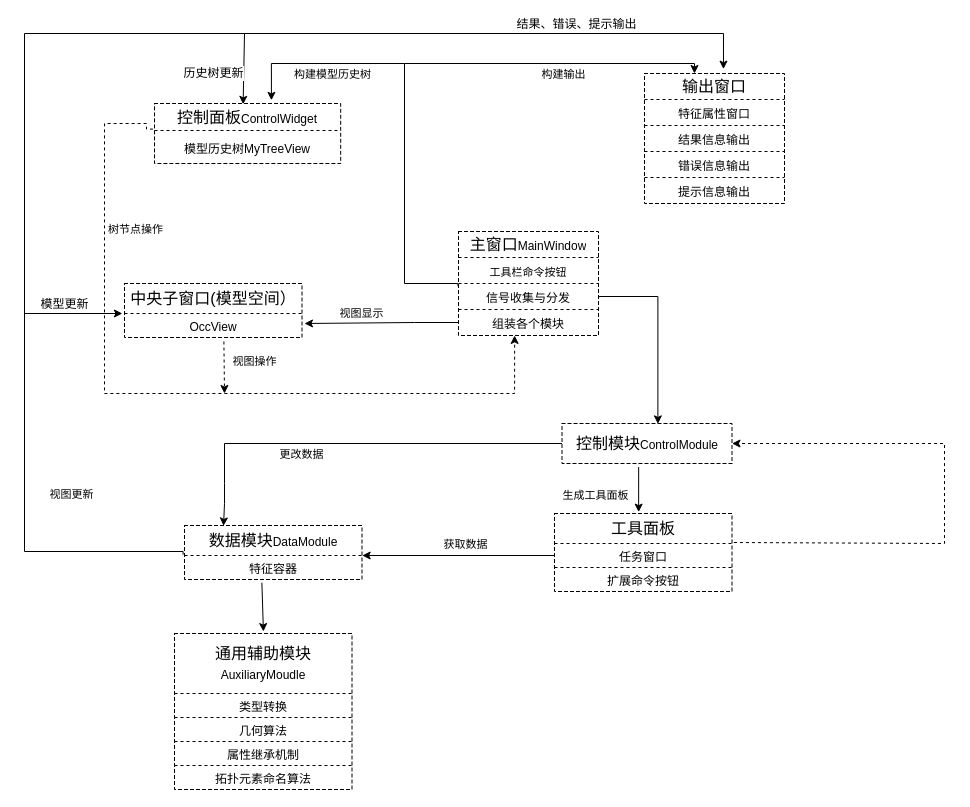
liuhuliuhu123/First-test keeps this draw.io diagram as mvc详解架构.drawio. Above is the earlier version. Source tidied: cells renumbered, new cells numbered last; positions are measured from the earlier drawing's top-left corner, leaving out a move shared by most shapes. Both pictures are drawn from the tidied source at 100%, with x=0, y=0 at pixel (24, 33).
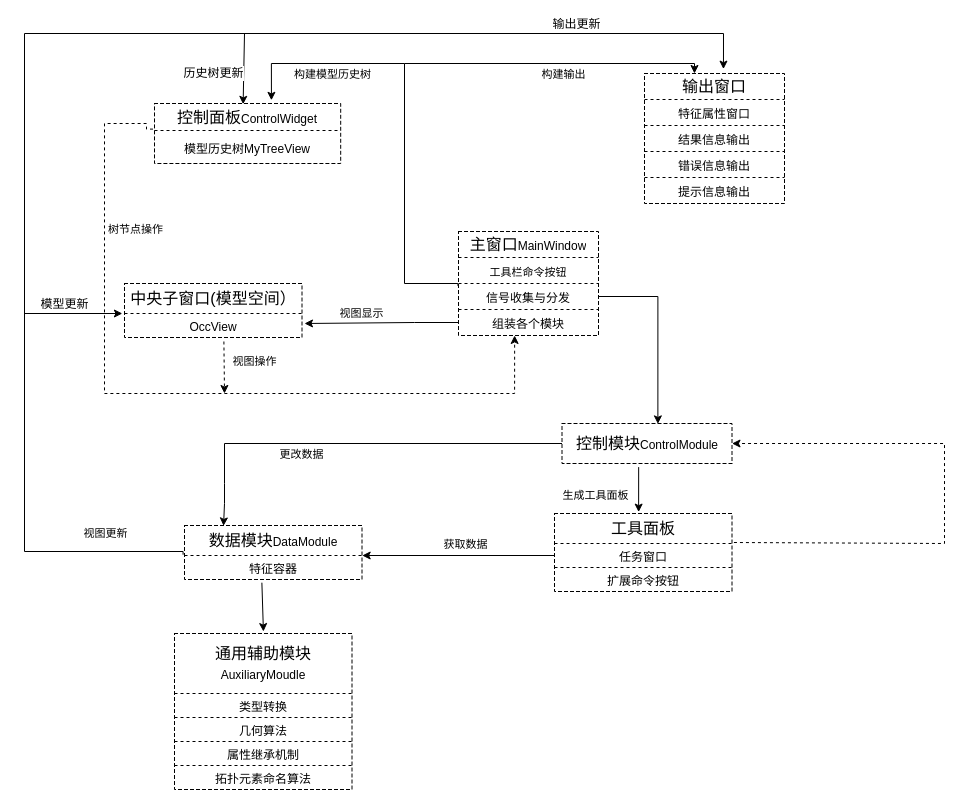
Above is the later version.

Commit message:
更新mvc详解架构.drawio

Unchanged cells that the change refers to:
```xml
<mxCell id="21" style="endArrow=classic;html=1;rounded=0;edgeStyle=orthogonalEdgeStyle;entryX=0.564;entryY=-0.169;entryDx=0;entryDy=0;entryPerimeter=0;exitX=-0.008;exitY=0.973;exitDx=0;exitDy=0;exitPerimeter=0;" parent="1" edge="1" source="77" target="29">
  <mxGeometry relative="1" as="geometry">
    <Array as="points">
      <mxPoint x="159" y="518" />
      <mxPoint y="518" />
      <mxPoint />
      <mxPoint x="699" />
    </Array>
  </mxGeometry>
</mxCell>
```

The edit, as a diff of the source:
```diff
@@
     <mxCell id="22" value="视图更新" style="edgeLabel;html=1;align=center;verticalAlign=middle;" parent="21" vertex="1">
       <mxGeometry x="-0.7" y="-4" relative="1" as="geometry">
-        <mxPoint x="42" y="-7" as="offset" />
+        <mxPoint x="76" y="32" as="offset" />
       </mxGeometry>
     </mxCell>
-    <mxCell id="23" value="结果、错误、提示输出" style="edgeLabel;html=1;align=center;verticalAlign=middle;fontSize=12;" parent="21" vertex="1">
+    <mxCell id="23" value="输出更新" style="edgeLabel;html=1;align=center;verticalAlign=middle;fontSize=12;" parent="21" vertex="1">
       <mxGeometry x="0.89" y="-3" relative="1" as="geometry">
         <mxPoint x="-106" y="-13" as="offset" />
       </mxGeometry>
     </mxCell>
```
